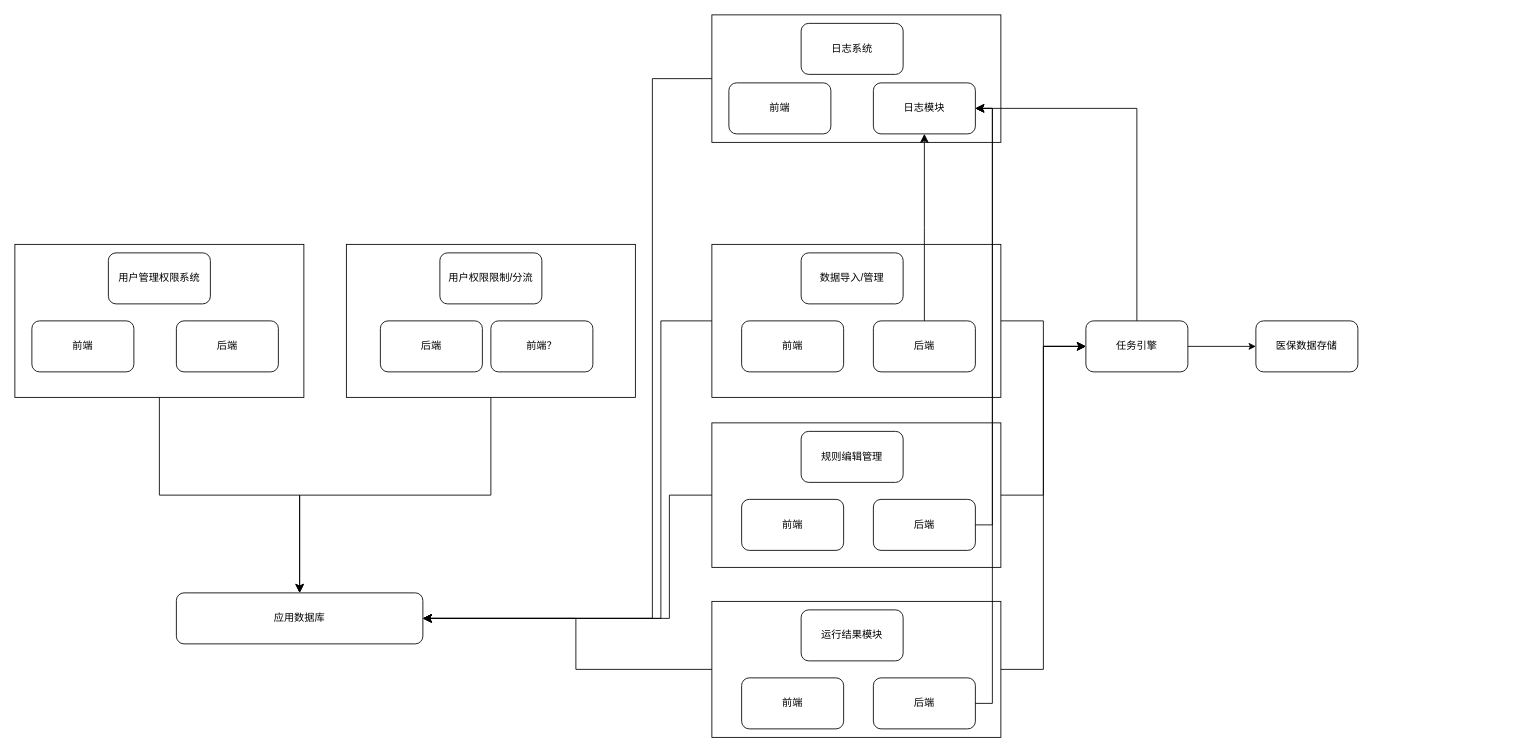
The draw.io diagram 社保架构设计图.drawio in XiaoLiuAI/diagrams, before the edit. Source tidied: cells renumbered, new cells numbered last; positions are measured from the earlier drawing's top-left corner, leaving out a move shared by most shapes. Both pictures are drawn from the tidied source at 85%, with x=0, y=0 at pixel (14, 14).
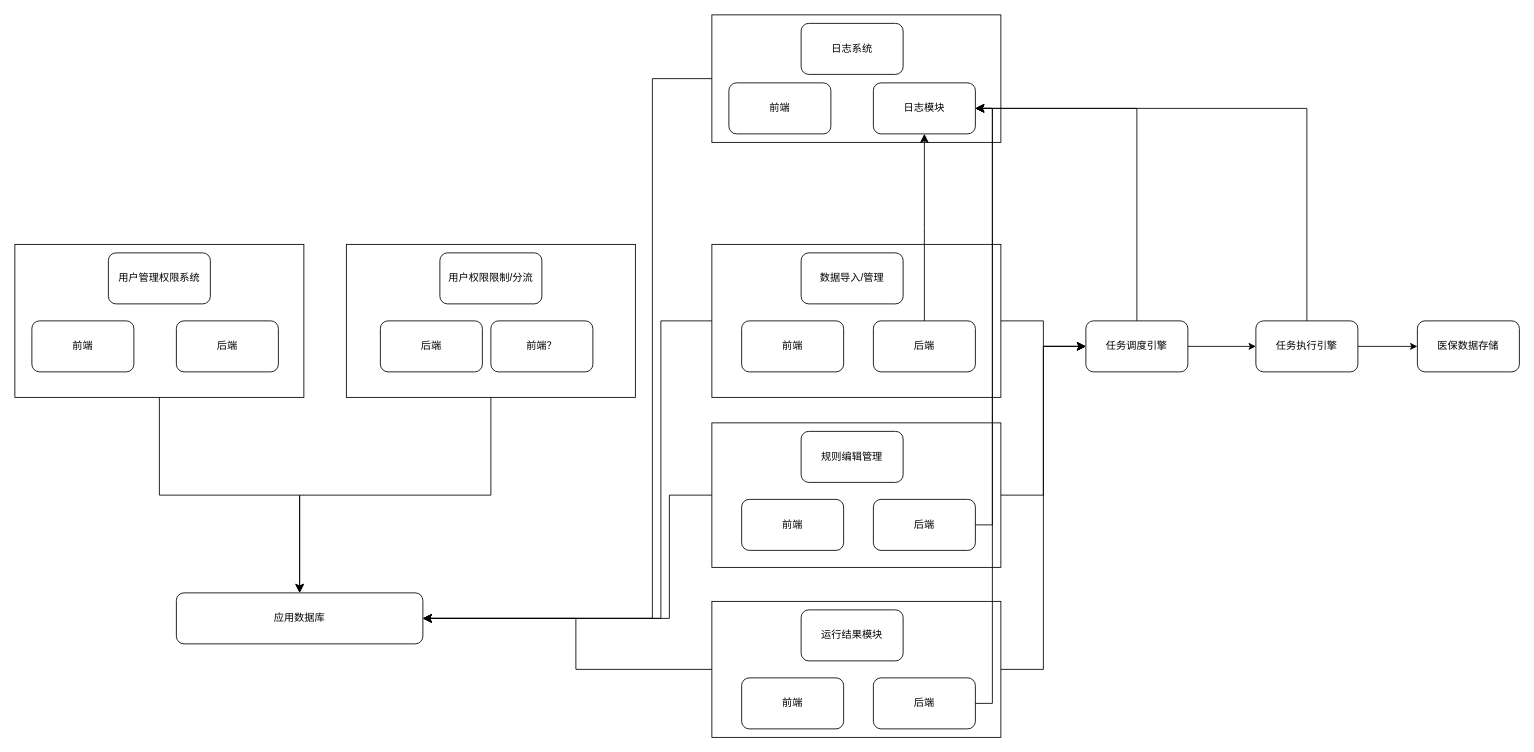
After the change.

Commit message (it also covers changes not shown here):
更新社保架构设计图.drawio

The change refers to these unchanged cells:
```xml
<mxCell id="39" value="日志模块" style="rounded=1;whiteSpace=wrap;html=1;" parent="1" vertex="1">
  <mxGeometry x="1010" y="80" width="120" height="60" as="geometry" />
</mxCell>
```

The edit, as a diff of the source:
```diff
@@
-    <mxCell id="17" value="任务引擎" style="rounded=1;whiteSpace=wrap;html=1;" parent="1" vertex="1">
+    <mxCell id="17" value="任务调度引擎" style="rounded=1;whiteSpace=wrap;html=1;" parent="1" vertex="1">
       <mxGeometry x="1260" y="360" width="120" height="60" as="geometry" />
     </mxCell>
     <mxCell id="18" value="医保数据存储" style="rounded=1;whiteSpace=wrap;html=1;" parent="1" vertex="1">
-      <mxGeometry x="1460" y="360" width="120" height="60" as="geometry" />
+      <mxGeometry x="1650" y="360" width="120" height="60" as="geometry" />
     </mxCell>
@@
-    <mxCell id="37" style="endArrow=classic;html=1;rounded=0;entryX=0;entryY=0.5;entryDx=0;entryDy=0;exitX=1;exitY=0.5;exitDx=0;exitDy=0;" parent="1" edge="1" source="17" target="18">
+    <mxCell id="37" style="endArrow=classic;html=1;rounded=0;entryX=0;entryY=0.5;entryDx=0;entryDy=0;exitX=1;exitY=0.5;exitDx=0;exitDy=0;" parent="1" edge="1" source="45" target="18">
       <mxGeometry relative="1" as="geometry" />
     </mxCell>
@@
+    <mxCell id="45" value="任务执行引擎" style="rounded=1;whiteSpace=wrap;html=1;" parent="1" vertex="1">
+      <mxGeometry x="1460" y="360" width="120" height="60" as="geometry" />
+    </mxCell>
+    <mxCell id="46" style="endArrow=classic;html=1;rounded=0;exitX=1;exitY=0.5;exitDx=0;exitDy=0;entryX=0;entryY=0.5;entryDx=0;entryDy=0;" parent="1" edge="1" source="17" target="45">
+      <mxGeometry relative="1" as="geometry" />
+    </mxCell>
+    <mxCell id="47" style="edgeStyle=elbowEdgeStyle;elbow=vertical;endArrow=classic;html=1;curved=0;rounded=0;endSize=8;startSize=8;exitX=0.5;exitY=0;exitDx=0;exitDy=0;entryX=1;entryY=0.5;entryDx=0;entryDy=0;" parent="1" edge="1" source="45" target="39">
+      <mxGeometry relative="1" as="geometry">
+        <Array as="points">
+          <mxPoint x="1330" y="110" />
+        </Array>
+      </mxGeometry>
+    </mxCell>
```
